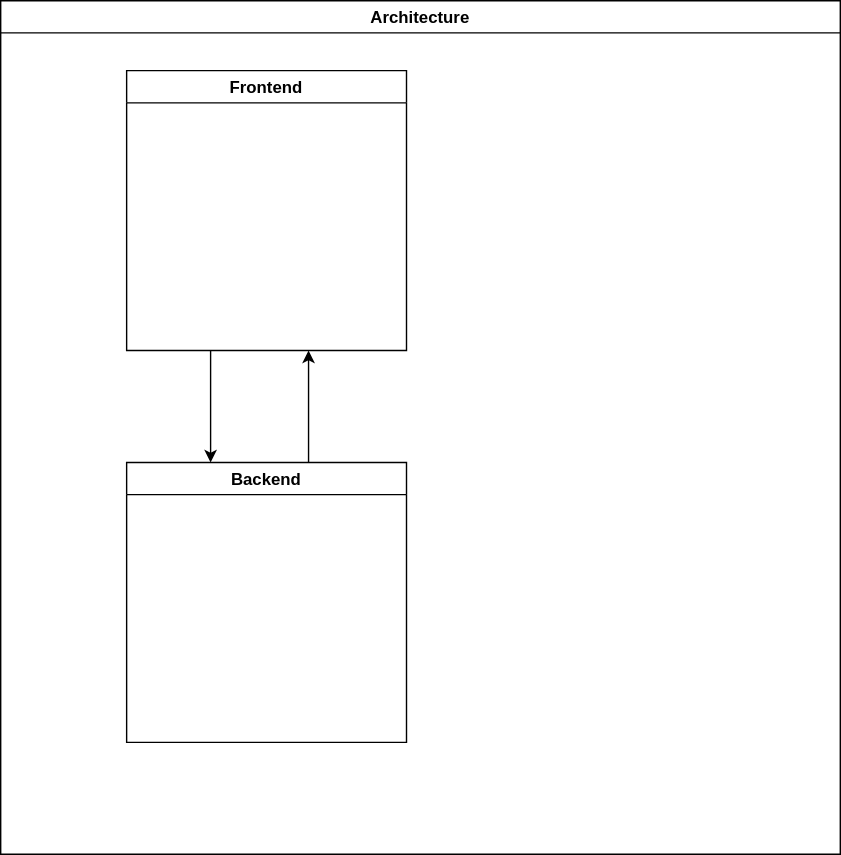
Above: docs/architecture/architecture.drawio.svg in open-marketplace-applications/dshop (draw.io), before the change. Source tidied: cells renumbered, new cells last; positions are measured from the earlier drawing's top-left corner, leaving out a move shared by most shapes. Source of this version:
```xml
<mxGraphModel background="#ffffff">
  <root>
    <mxCell id="0" />
    <mxCell id="1" parent="0" />
    <mxCell id="2" style="edgeStyle=orthogonalEdgeStyle;rounded=0;jettySize=auto;html=1;" parent="1" edge="1" source="4" target="3">
      <mxGeometry relative="1" as="geometry">
        <Array as="points">
          <mxPoint x="150" y="280" />
          <mxPoint x="150" y="280" />
        </Array>
      </mxGeometry>
    </mxCell>
    <mxCell id="3" value="Backend" style="swimlane;" parent="1" vertex="1">
      <mxGeometry x="90" y="330" width="200" height="200" as="geometry" />
    </mxCell>
    <mxCell id="4" value="Frontend" style="swimlane;" parent="1" vertex="1">
      <mxGeometry x="90" y="50" width="200" height="200" as="geometry" />
    </mxCell>
    <mxCell id="5" style="edgeStyle=orthogonalEdgeStyle;rounded=0;orthogonalLoop=1;jettySize=auto;html=1;" parent="1" edge="1">
      <mxGeometry relative="1" as="geometry">
        <mxPoint x="220" y="330" as="sourcePoint" />
        <mxPoint x="220" y="250" as="targetPoint" />
        <Array as="points">
          <mxPoint x="220" y="280" />
          <mxPoint x="220" y="280" />
        </Array>
      </mxGeometry>
    </mxCell>
    <mxCell id="6" value="Architecture" style="swimlane;" parent="1" vertex="1">
      <mxGeometry width="600" height="610" as="geometry" />
    </mxCell>
  </root>
</mxGraphModel>
```
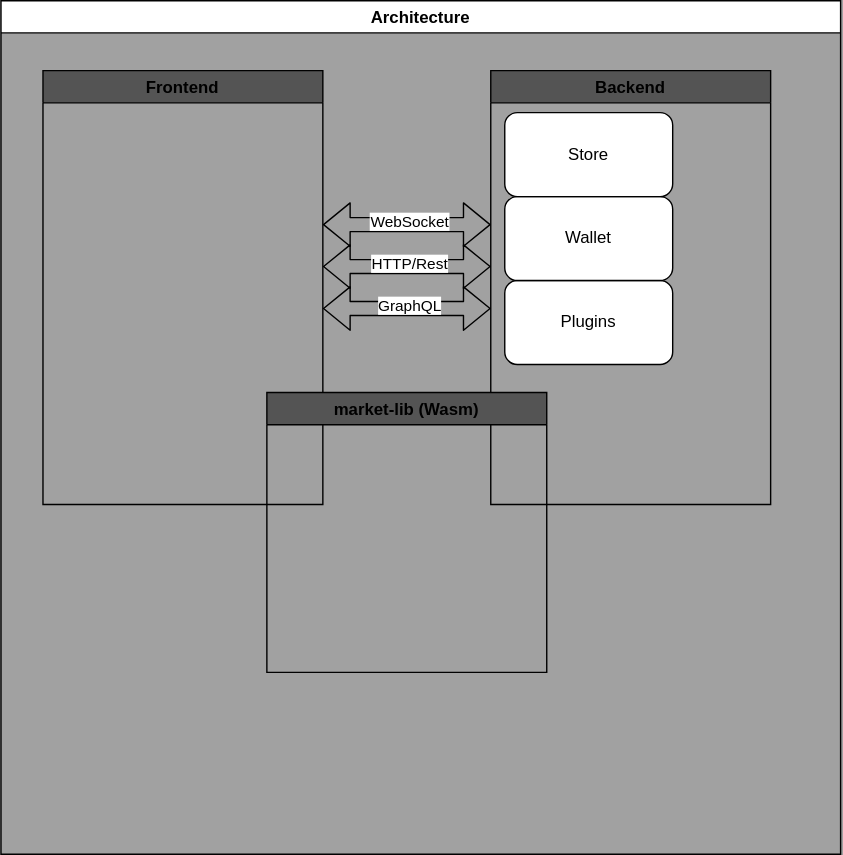
After the commit.

Diff of the diagram source:
```diff
@@ -1,33 +1,54 @@
-<mxGraphModel background="#ffffff">
+<mxGraphModel background="#A1A1A1">
   <root>
     <mxCell id="0" />
     <mxCell id="1" parent="0" />
-    <mxCell id="2" style="edgeStyle=orthogonalEdgeStyle;rounded=0;jettySize=auto;html=1;" parent="1" edge="1" source="4" target="3">
-      <mxGeometry relative="1" as="geometry">
-        <Array as="points">
-          <mxPoint x="150" y="280" />
-          <mxPoint x="150" y="280" />
-        </Array>
-      </mxGeometry>
-    </mxCell>
+    <mxCell id="4" value="Frontend" style="swimlane;fillColor=#545454;" parent="1" vertex="1">
+      <mxGeometry x="30" y="50" width="200" height="310" as="geometry" />
+    </mxCell>
+    <mxCell id="6" value="Architecture" style="swimlane;" parent="1" vertex="1">
+      <mxGeometry width="600" height="610" as="geometry" />
+    </mxCell>
-    <mxCell id="3" value="Backend" style="swimlane;" parent="1" vertex="1">
-      <mxGeometry x="90" y="330" width="200" height="200" as="geometry" />
+    <mxCell id="3" value="Backend" style="swimlane;fillColor=#545454;" parent="6" vertex="1">
+      <mxGeometry x="350" y="50" width="200" height="310" as="geometry" />
     </mxCell>
-    <mxCell id="4" value="Frontend" style="swimlane;" parent="1" vertex="1">
-      <mxGeometry x="90" y="50" width="200" height="200" as="geometry" />
-    </mxCell>
-    <mxCell id="5" style="edgeStyle=orthogonalEdgeStyle;rounded=0;orthogonalLoop=1;jettySize=auto;html=1;" parent="1" edge="1">
-      <mxGeometry relative="1" as="geometry">
-        <mxPoint x="220" y="330" as="sourcePoint" />
-        <mxPoint x="220" y="250" as="targetPoint" />
-        <Array as="points">
-          <mxPoint x="220" y="280" />
-          <mxPoint x="220" y="280" />
-        </Array>
-      </mxGeometry>
-    </mxCell>
-    <mxCell id="6" value="Architecture" style="swimlane;" parent="1" vertex="1">
-      <mxGeometry width="600" height="610" as="geometry" />
-    </mxCell>
+    <mxCell id="7" value="Plugins" style="rounded=1;whiteSpace=wrap;html=1;" parent="3" vertex="1">
+      <mxGeometry x="10" y="150" width="120" height="60" as="geometry" />
+    </mxCell>
+    <mxCell id="8" value="Wallet" style="rounded=1;whiteSpace=wrap;html=1;" parent="3" vertex="1">
+      <mxGeometry x="10" y="90" width="120" height="60" as="geometry" />
+    </mxCell>
+    <mxCell id="9" value="Store" style="rounded=1;whiteSpace=wrap;html=1;" parent="3" vertex="1">
+      <mxGeometry x="10" y="30" width="120" height="60" as="geometry" />
+    </mxCell>
+    <mxCell id="10" value="market-lib (Wasm)" style="swimlane;startSize=23;fillColor=#545454;" parent="6" vertex="1">
+      <mxGeometry x="190" y="280" width="200" height="200" as="geometry" />
+    </mxCell>
+    <mxCell id="11" style="shape=flexArrow;endArrow=classic;startArrow=classic;html=1;" parent="6" edge="1">
+      <mxGeometry relative="1" as="geometry">
+        <mxPoint x="350" y="160" as="sourcePoint" />
+        <mxPoint x="230" y="160" as="targetPoint" />
+      </mxGeometry>
+    </mxCell>
+    <mxCell id="12" value="WebSocket" style="edgeLabel;html=1;align=center;verticalAlign=middle;" parent="11" vertex="1">
+      <mxGeometry x="-0.03" y="-2" relative="1" as="geometry" />
+    </mxCell>
+    <mxCell id="13" style="shape=flexArrow;endArrow=classic;startArrow=classic;html=1;" parent="6" edge="1">
+      <mxGeometry relative="1" as="geometry">
+        <mxPoint x="350" y="220" as="sourcePoint" />
+        <mxPoint x="230" y="220" as="targetPoint" />
+      </mxGeometry>
+    </mxCell>
+    <mxCell id="14" value="GraphQL" style="edgeLabel;html=1;align=center;verticalAlign=middle;" parent="13" vertex="1">
+      <mxGeometry x="-0.03" y="-2" relative="1" as="geometry" />
+    </mxCell>
+    <mxCell id="15" style="shape=flexArrow;endArrow=classic;startArrow=classic;html=1;" parent="1" edge="1">
+      <mxGeometry relative="1" as="geometry">
+        <mxPoint x="350" y="190" as="sourcePoint" />
+        <mxPoint x="230" y="190" as="targetPoint" />
+      </mxGeometry>
+    </mxCell>
+    <mxCell id="16" value="HTTP/Rest" style="edgeLabel;html=1;align=center;verticalAlign=middle;" parent="15" vertex="1">
+      <mxGeometry x="-0.03" y="-2" relative="1" as="geometry" />
+    </mxCell>
   </root>
 </mxGraphModel>
```
